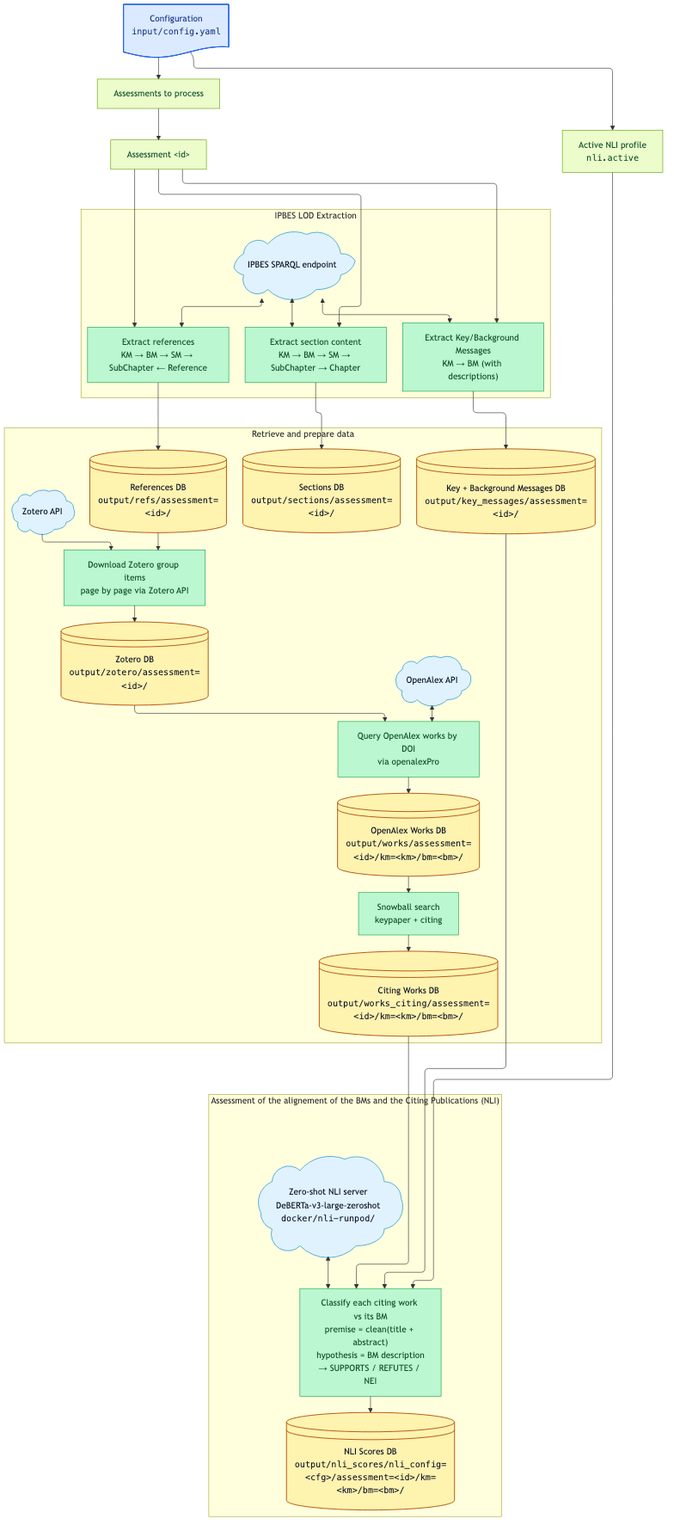
Earlier version of the Mermaid export output/figures/workflow_nli.png (IPBES-Data/IPBES_BM_Fact_Checker). Its source is kept beside it as input/mmd/workflow_nli.mmd.
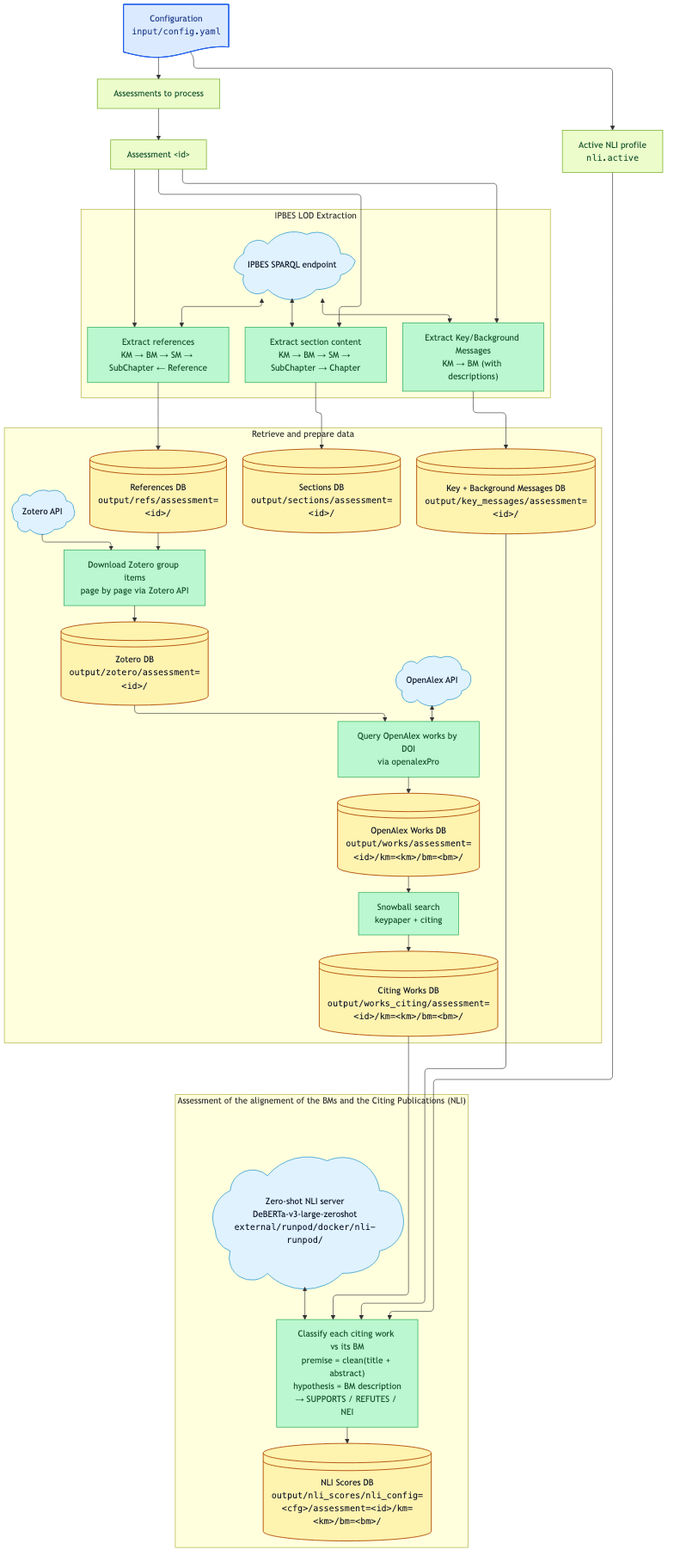
Above is the later version.

The edit, as a diff of the source:
```diff
@@ -65,7 +65,7 @@
   subgraph nli_assessment["Assessment of the alignement of the BMs and the Citing Publications (NLI)"]
     direction TB
 
-    nli_server@{ shape: cloud, label: "Zero-shot NLI server<br/>DeBERTa-v3-large-zeroshot<br/><tt>docker/nli-runpod/</tt>" }
+    nli_server@{ shape: cloud, label: "Zero-shot NLI server<br/>DeBERTa-v3-large-zeroshot<br/><tt>external/runpod/docker/nli-runpod/</tt>" }
     nli_scoring@{ shape: rect, label: "Classify each citing work vs its BM<br/>premise = clean(title + abstract)<br/>hypothesis = BM description<br/>→ SUPPORTS / REFUTES / NEI" }
     nli_scores_db@{ shape: lin-cyl, label: "NLI Scores DB<br/><tt>output/nli_scores/nli_config=&lt;cfg&gt;/assessment=&lt;id&gt;/km=&lt;km&gt;/bm=&lt;bm&gt;/</tt>" }
 
```
